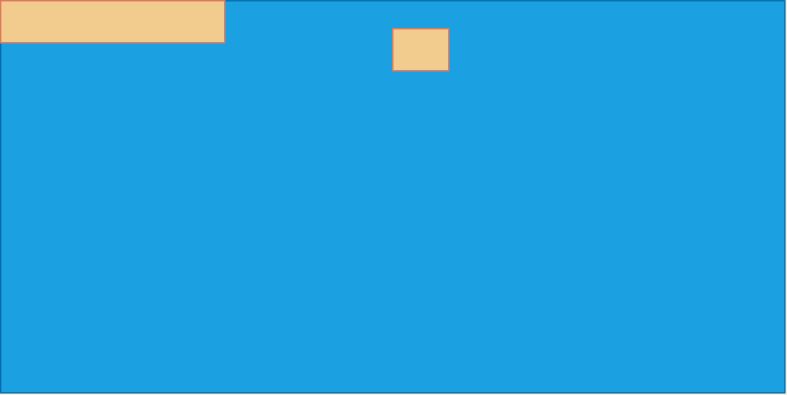
The draw.io diagram documentacion/fsm.svg in Harry29-exe/HomegrownDB, before a commit. Source tidied: cells renumbered, new cells last; positions are measured from the earlier drawing's top-left corner, leaving out a move shared by most shapes.
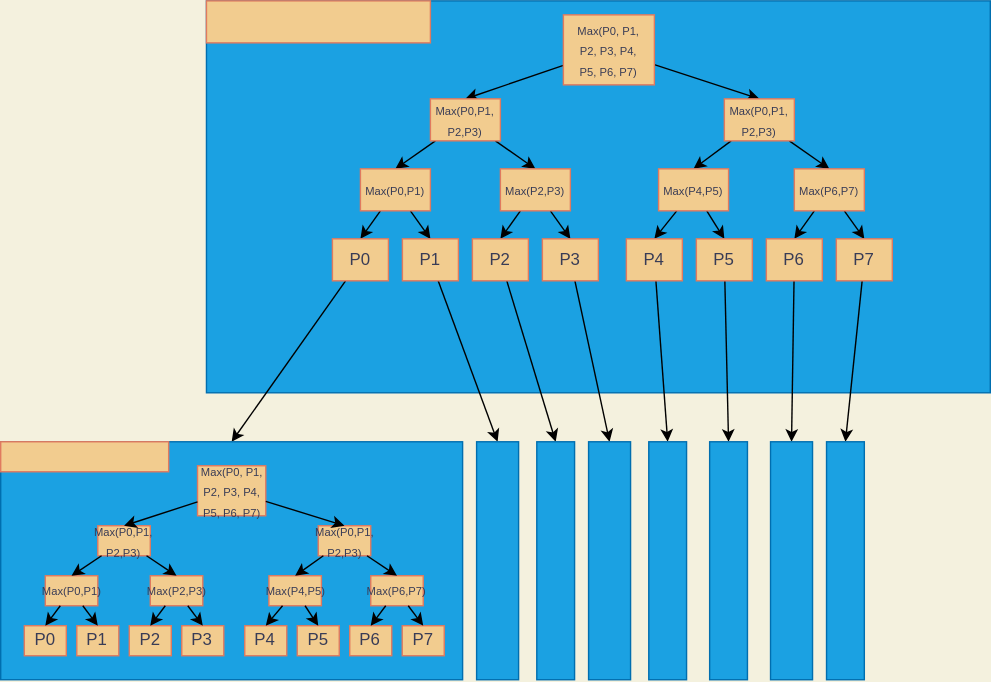
After the change.

Change to the diagram source:
```diff
@@ -5,11 +5,236 @@
     <mxCell id="2" style="rounded=0;whiteSpace=wrap;html=1;sketch=0;fontColor=#ffffff;strokeColor=#006EAF;fillColor=#1ba1e2;" parent="1" vertex="1">
       <mxGeometry width="560" height="280" as="geometry" />
     </mxCell>
+    <mxCell id="5" style="rounded=0;jettySize=auto;html=1;entryX=0.5;entryY=0;entryDx=0;entryDy=0;strokeColor=#000000;" parent="1" edge="1" source="3" target="9">
+      <mxGeometry relative="1" as="geometry" />
+    </mxCell>
+    <mxCell id="6" style="edgeStyle=none;rounded=0;jettySize=auto;html=1;entryX=0.5;entryY=0;entryDx=0;entryDy=0;strokeColor=#000000;" parent="1" edge="1" source="3" target="40">
+      <mxGeometry relative="1" as="geometry" />
+    </mxCell>
-    <mxCell id="3" style="rounded=0;whiteSpace=wrap;html=1;sketch=0;fontColor=#393C56;strokeColor=#E07A5F;fillColor=#F2CC8F;" parent="1" vertex="1">
-      <mxGeometry x="280" y="20" width="40" height="30" as="geometry" />
+    <mxCell id="3" value="&lt;font style=&quot;font-size: 8px&quot;&gt;Max(P0, P1,&lt;br&gt;P2, P3, P4,&lt;br&gt;P5, P6, P7)&lt;br&gt;&lt;/font&gt;" style="rounded=0;whiteSpace=wrap;html=1;sketch=0;fontColor=#393C56;strokeColor=#E07A5F;fillColor=#F2CC8F;" parent="1" vertex="1">
+      <mxGeometry x="255" y="10" width="65" height="50" as="geometry" />
     </mxCell>
     <mxCell id="4" style="rounded=0;whiteSpace=wrap;html=1;sketch=0;fontColor=#393C56;strokeColor=#E07A5F;fillColor=#F2CC8F;" parent="1" vertex="1">
       <mxGeometry width="160" height="30" as="geometry" />
     </mxCell>
+    <mxCell id="7" style="edgeStyle=none;rounded=0;jettySize=auto;html=1;entryX=0.5;entryY=0;entryDx=0;entryDy=0;strokeColor=#000000;" parent="1" edge="1" source="9" target="14">
+      <mxGeometry relative="1" as="geometry" />
+    </mxCell>
+    <mxCell id="8" style="edgeStyle=none;rounded=0;jettySize=auto;html=1;entryX=0.5;entryY=0;entryDx=0;entryDy=0;strokeColor=#000000;" parent="1" edge="1" source="9" target="17">
+      <mxGeometry relative="1" as="geometry" />
+    </mxCell>
+    <mxCell id="9" value="&lt;font style=&quot;font-size: 8px&quot;&gt;Max(&lt;/font&gt;&lt;span style=&quot;font-size: 8px&quot;&gt;P0,P1,&lt;br&gt;&lt;/span&gt;&lt;span style=&quot;font-size: 8px&quot;&gt;P2,P3&lt;/span&gt;&lt;span style=&quot;font-size: 8px&quot;&gt;)&lt;br&gt;&lt;/span&gt;" style="rounded=0;whiteSpace=wrap;html=1;sketch=0;fontColor=#393C56;strokeColor=#E07A5F;fillColor=#F2CC8F;" parent="1" vertex="1">
+      <mxGeometry x="160" y="70" width="50" height="30" as="geometry" />
+    </mxCell>
+    <mxCell id="10" style="edgeStyle=none;rounded=0;jettySize=auto;html=1;entryX=0.5;entryY=0;entryDx=0;entryDy=0;strokeColor=#000000;" parent="1" edge="1" source="40" target="23">
+      <mxGeometry relative="1" as="geometry" />
+    </mxCell>
+    <mxCell id="11" style="edgeStyle=none;rounded=0;jettySize=auto;html=1;entryX=0.5;entryY=0;entryDx=0;entryDy=0;strokeColor=#000000;" parent="1" edge="1" source="40" target="20">
+      <mxGeometry relative="1" as="geometry" />
+    </mxCell>
+    <mxCell id="12" style="edgeStyle=none;rounded=0;jettySize=auto;html=1;entryX=0.5;entryY=0;entryDx=0;entryDy=0;strokeColor=#000000;" parent="1" edge="1" source="14" target="29">
+      <mxGeometry relative="1" as="geometry" />
+    </mxCell>
+    <mxCell id="13" style="edgeStyle=none;rounded=0;jettySize=auto;html=1;entryX=0.5;entryY=0;entryDx=0;entryDy=0;strokeColor=#000000;" parent="1" edge="1" source="14" target="31">
+      <mxGeometry relative="1" as="geometry" />
+    </mxCell>
+    <mxCell id="14" value="&lt;font style=&quot;font-size: 8px&quot;&gt;Max(P0,P1)&lt;/font&gt;" style="rounded=0;whiteSpace=wrap;html=1;sketch=0;fontColor=#393C56;strokeColor=#E07A5F;fillColor=#F2CC8F;align=center;" parent="1" vertex="1">
+      <mxGeometry x="110" y="120" width="50" height="30" as="geometry" />
+    </mxCell>
+    <mxCell id="15" style="edgeStyle=none;rounded=0;jettySize=auto;html=1;entryX=0.5;entryY=0;entryDx=0;entryDy=0;strokeColor=#000000;" parent="1" edge="1" source="17" target="27">
+      <mxGeometry relative="1" as="geometry" />
+    </mxCell>
+    <mxCell id="16" style="edgeStyle=none;rounded=0;jettySize=auto;html=1;entryX=0.5;entryY=0;entryDx=0;entryDy=0;strokeColor=#000000;" parent="1" edge="1" source="17" target="25">
+      <mxGeometry relative="1" as="geometry" />
+    </mxCell>
+    <mxCell id="17" value="&lt;span style=&quot;font-size: 8px&quot;&gt;Max(P2,P3)&lt;/span&gt;" style="rounded=0;whiteSpace=wrap;html=1;sketch=0;fontColor=#393C56;strokeColor=#E07A5F;fillColor=#F2CC8F;" parent="1" vertex="1">
+      <mxGeometry x="210" y="120" width="50" height="30" as="geometry" />
+    </mxCell>
+    <mxCell id="18" style="edgeStyle=none;rounded=0;jettySize=auto;html=1;entryX=0.5;entryY=0;entryDx=0;entryDy=0;strokeColor=#000000;" parent="1" edge="1" source="20" target="35">
+      <mxGeometry relative="1" as="geometry" />
+    </mxCell>
+    <mxCell id="19" style="edgeStyle=none;rounded=0;jettySize=auto;html=1;entryX=0.5;entryY=0;entryDx=0;entryDy=0;strokeColor=#000000;" parent="1" edge="1" source="20" target="33">
+      <mxGeometry relative="1" as="geometry" />
+    </mxCell>
+    <mxCell id="20" value="&lt;span style=&quot;font-size: 8px&quot;&gt;Max(P6,P7)&lt;/span&gt;" style="rounded=0;whiteSpace=wrap;html=1;sketch=0;fontColor=#393C56;strokeColor=#E07A5F;fillColor=#F2CC8F;" parent="1" vertex="1">
+      <mxGeometry x="420" y="120" width="50" height="30" as="geometry" />
+    </mxCell>
+    <mxCell id="21" style="edgeStyle=none;rounded=0;jettySize=auto;html=1;entryX=0.5;entryY=0;entryDx=0;entryDy=0;strokeColor=#000000;" parent="1" edge="1" source="23" target="39">
+      <mxGeometry relative="1" as="geometry" />
+    </mxCell>
+    <mxCell id="22" style="edgeStyle=none;rounded=0;jettySize=auto;html=1;entryX=0.5;entryY=0;entryDx=0;entryDy=0;strokeColor=#000000;" parent="1" edge="1" source="23" target="37">
+      <mxGeometry relative="1" as="geometry" />
+    </mxCell>
+    <mxCell id="23" value="&lt;span style=&quot;font-size: 8px&quot;&gt;Max(P4,P5)&lt;/span&gt;" style="rounded=0;whiteSpace=wrap;html=1;sketch=0;fontColor=#393C56;strokeColor=#E07A5F;fillColor=#F2CC8F;" parent="1" vertex="1">
+      <mxGeometry x="323" y="120" width="50" height="30" as="geometry" />
+    </mxCell>
+    <mxCell id="24" style="edgeStyle=none;rounded=0;jettySize=auto;html=1;entryX=0.5;entryY=0;entryDx=0;entryDy=0;fontSize=8;strokeColor=#000000;" parent="1" edge="1" source="25" target="75">
+      <mxGeometry relative="1" as="geometry" />
+    </mxCell>
+    <mxCell id="25" value="P3" style="rounded=0;whiteSpace=wrap;html=1;sketch=0;fontColor=#393C56;strokeColor=#E07A5F;fillColor=#F2CC8F;" parent="1" vertex="1">
+      <mxGeometry x="240" y="170" width="40" height="30" as="geometry" />
+    </mxCell>
+    <mxCell id="26" style="edgeStyle=none;rounded=0;jettySize=auto;html=1;entryX=0.5;entryY=0;entryDx=0;entryDy=0;fontSize=8;strokeColor=#000000;" parent="1" edge="1" source="27" target="74">
+      <mxGeometry relative="1" as="geometry" />
+    </mxCell>
+    <mxCell id="27" value="P2" style="rounded=0;whiteSpace=wrap;html=1;sketch=0;fontColor=#393C56;strokeColor=#E07A5F;fillColor=#F2CC8F;" parent="1" vertex="1">
+      <mxGeometry x="190" y="170" width="40" height="30" as="geometry" />
+    </mxCell>
+    <mxCell id="28" style="edgeStyle=none;rounded=0;jettySize=auto;html=1;entryX=0.5;entryY=0;entryDx=0;entryDy=0;fontSize=8;strokeColor=#000000;" parent="1" edge="1" source="29" target="42">
+      <mxGeometry relative="1" as="geometry" />
+    </mxCell>
+    <mxCell id="29" value="P0" style="rounded=0;whiteSpace=wrap;html=1;sketch=0;fontColor=#393C56;strokeColor=#E07A5F;fillColor=#F2CC8F;" parent="1" vertex="1">
+      <mxGeometry x="90" y="170" width="40" height="30" as="geometry" />
+    </mxCell>
+    <mxCell id="30" style="edgeStyle=none;rounded=0;jettySize=auto;html=1;entryX=0.5;entryY=0;entryDx=0;entryDy=0;fontSize=8;strokeColor=#000000;" parent="1" edge="1" source="31" target="73">
+      <mxGeometry relative="1" as="geometry" />
+    </mxCell>
+    <mxCell id="31" value="P1" style="rounded=0;whiteSpace=wrap;html=1;sketch=0;fontColor=#393C56;strokeColor=#E07A5F;fillColor=#F2CC8F;" parent="1" vertex="1">
+      <mxGeometry x="140" y="170" width="40" height="30" as="geometry" />
+    </mxCell>
+    <mxCell id="32" style="edgeStyle=none;rounded=0;jettySize=auto;html=1;entryX=0.5;entryY=0;entryDx=0;entryDy=0;fontSize=8;strokeColor=#000000;" parent="1" edge="1" source="33" target="77">
+      <mxGeometry relative="1" as="geometry" />
+    </mxCell>
+    <mxCell id="33" value="P7" style="rounded=0;whiteSpace=wrap;html=1;sketch=0;fontColor=#393C56;strokeColor=#E07A5F;fillColor=#F2CC8F;" parent="1" vertex="1">
+      <mxGeometry x="450" y="170" width="40" height="30" as="geometry" />
+    </mxCell>
+    <mxCell id="34" style="edgeStyle=none;rounded=0;jettySize=auto;html=1;entryX=0.5;entryY=0;entryDx=0;entryDy=0;fontSize=8;strokeColor=#000000;" parent="1" edge="1" source="35" target="79">
+      <mxGeometry relative="1" as="geometry" />
+    </mxCell>
+    <mxCell id="35" value="P6" style="rounded=0;whiteSpace=wrap;html=1;sketch=0;fontColor=#393C56;strokeColor=#E07A5F;fillColor=#F2CC8F;" parent="1" vertex="1">
+      <mxGeometry x="400" y="170" width="40" height="30" as="geometry" />
+    </mxCell>
+    <mxCell id="36" style="edgeStyle=none;rounded=0;jettySize=auto;html=1;entryX=0.5;entryY=0;entryDx=0;entryDy=0;fontSize=8;strokeColor=#000000;" parent="1" edge="1" source="37" target="78">
+      <mxGeometry relative="1" as="geometry" />
+    </mxCell>
+    <mxCell id="37" value="P5" style="rounded=0;whiteSpace=wrap;html=1;sketch=0;fontColor=#393C56;strokeColor=#E07A5F;fillColor=#F2CC8F;" parent="1" vertex="1">
+      <mxGeometry x="350" y="170" width="40" height="30" as="geometry" />
+    </mxCell>
+    <mxCell id="38" style="edgeStyle=none;rounded=0;jettySize=auto;html=1;entryX=0.5;entryY=0;entryDx=0;entryDy=0;fontSize=8;strokeColor=#000000;" parent="1" edge="1" source="39" target="76">
+      <mxGeometry relative="1" as="geometry" />
+    </mxCell>
+    <mxCell id="39" value="P4" style="rounded=0;whiteSpace=wrap;html=1;sketch=0;fontColor=#393C56;strokeColor=#E07A5F;fillColor=#F2CC8F;" parent="1" vertex="1">
+      <mxGeometry x="300" y="170" width="40" height="30" as="geometry" />
+    </mxCell>
+    <mxCell id="40" value="&lt;font style=&quot;font-size: 8px&quot;&gt;Max(&lt;/font&gt;&lt;span style=&quot;font-size: 8px&quot;&gt;P0,P1,&lt;br&gt;&lt;/span&gt;&lt;span style=&quot;font-size: 8px&quot;&gt;P2,P3&lt;/span&gt;&lt;span style=&quot;font-size: 8px&quot;&gt;)&lt;br&gt;&lt;/span&gt;" style="rounded=0;whiteSpace=wrap;html=1;sketch=0;fontColor=#393C56;strokeColor=#E07A5F;fillColor=#F2CC8F;" parent="1" vertex="1">
+      <mxGeometry x="370" y="70" width="50" height="30" as="geometry" />
+    </mxCell>
+    <mxCell id="41" style="group;" parent="1" vertex="1">
+      <mxGeometry x="-147" y="315" width="330" height="170" as="geometry" />
+    </mxCell>
+    <mxCell id="42" style="rounded=0;whiteSpace=wrap;html=1;sketch=0;fontColor=#ffffff;strokeColor=#006EAF;fillColor=#1ba1e2;" parent="41" vertex="1">
+      <mxGeometry width="330" height="170" as="geometry" />
+    </mxCell>
+    <mxCell id="43" value="&lt;font style=&quot;font-size: 8px&quot;&gt;Max(P0, P1,&lt;br&gt;P2, P3, P4,&lt;br&gt;P5, P6, P7)&lt;br&gt;&lt;/font&gt;" style="rounded=0;whiteSpace=wrap;html=1;sketch=0;fontColor=#393C56;strokeColor=#E07A5F;fillColor=#F2CC8F;" parent="41" vertex="1">
+      <mxGeometry x="140.6" y="17.1" width="48.8" height="35.7" as="geometry" />
+    </mxCell>
+    <mxCell id="44" style="rounded=0;whiteSpace=wrap;html=1;sketch=0;fontColor=#393C56;strokeColor=#E07A5F;fillColor=#F2CC8F;" parent="41" vertex="1">
+      <mxGeometry width="120" height="21.4" as="geometry" />
+    </mxCell>
+    <mxCell id="45" value="&lt;font style=&quot;font-size: 8px&quot;&gt;Max(&lt;/font&gt;&lt;span style=&quot;font-size: 8px&quot;&gt;P0,P1,&lt;br&gt;&lt;/span&gt;&lt;span style=&quot;font-size: 8px&quot;&gt;P2,P3&lt;/span&gt;&lt;span style=&quot;font-size: 8px&quot;&gt;)&lt;br&gt;&lt;/span&gt;" style="rounded=0;whiteSpace=wrap;html=1;sketch=0;fontColor=#393C56;strokeColor=#E07A5F;fillColor=#F2CC8F;" parent="41" vertex="1">
+      <mxGeometry x="69.4" y="60" width="37.5" height="21.4" as="geometry" />
+    </mxCell>
+    <mxCell id="46" style="rounded=0;jettySize=auto;html=1;entryX=0.5;entryY=0;entryDx=0;entryDy=0;strokeColor=#000000;" parent="41" edge="1" source="43" target="45">
+      <mxGeometry x="-50.6" y="10" as="geometry" />
+    </mxCell>
+    <mxCell id="47" value="&lt;font style=&quot;font-size: 8px&quot;&gt;Max(P0,P1)&lt;/font&gt;" style="rounded=0;whiteSpace=wrap;html=1;sketch=0;fontColor=#393C56;strokeColor=#E07A5F;fillColor=#F2CC8F;align=center;" parent="41" vertex="1">
+      <mxGeometry x="31.9" y="95.7" width="37.5" height="21.4" as="geometry" />
+    </mxCell>
+    <mxCell id="48" style="edgeStyle=none;rounded=0;jettySize=auto;html=1;entryX=0.5;entryY=0;entryDx=0;entryDy=0;strokeColor=#000000;" parent="41" edge="1" source="45" target="47">
+      <mxGeometry x="-50.6" y="10" as="geometry" />
+    </mxCell>
+    <mxCell id="49" value="&lt;span style=&quot;font-size: 8px&quot;&gt;Max(P2,P3)&lt;/span&gt;" style="rounded=0;whiteSpace=wrap;html=1;sketch=0;fontColor=#393C56;strokeColor=#E07A5F;fillColor=#F2CC8F;" parent="41" vertex="1">
+      <mxGeometry x="106.9" y="95.7" width="37.5" height="21.4" as="geometry" />
+    </mxCell>
+    <mxCell id="50" style="edgeStyle=none;rounded=0;jettySize=auto;html=1;entryX=0.5;entryY=0;entryDx=0;entryDy=0;strokeColor=#000000;" parent="41" edge="1" source="45" target="49">
+      <mxGeometry x="-50.6" y="10" as="geometry" />
+    </mxCell>
+    <mxCell id="51" value="&lt;span style=&quot;font-size: 8px&quot;&gt;Max(P6,P7)&lt;/span&gt;" style="rounded=0;whiteSpace=wrap;html=1;sketch=0;fontColor=#393C56;strokeColor=#E07A5F;fillColor=#F2CC8F;" parent="41" vertex="1">
+      <mxGeometry x="264.4" y="95.7" width="37.5" height="21.4" as="geometry" />
+    </mxCell>
+    <mxCell id="52" value="&lt;span style=&quot;font-size: 8px&quot;&gt;Max(P4,P5)&lt;/span&gt;" style="rounded=0;whiteSpace=wrap;html=1;sketch=0;fontColor=#393C56;strokeColor=#E07A5F;fillColor=#F2CC8F;" parent="41" vertex="1">
+      <mxGeometry x="191.6" y="95.7" width="37.5" height="21.4" as="geometry" />
+    </mxCell>
+    <mxCell id="53" value="P3" style="rounded=0;whiteSpace=wrap;html=1;sketch=0;fontColor=#393C56;strokeColor=#E07A5F;fillColor=#F2CC8F;" parent="41" vertex="1">
+      <mxGeometry x="129.4" y="131.4" width="30" height="21.4" as="geometry" />
+    </mxCell>
+    <mxCell id="54" style="edgeStyle=none;rounded=0;jettySize=auto;html=1;entryX=0.5;entryY=0;entryDx=0;entryDy=0;strokeColor=#000000;" parent="41" edge="1" source="49" target="53">
+      <mxGeometry x="-50.6" y="10" as="geometry" />
+    </mxCell>
+    <mxCell id="55" value="P2" style="rounded=0;whiteSpace=wrap;html=1;sketch=0;fontColor=#393C56;strokeColor=#E07A5F;fillColor=#F2CC8F;" parent="41" vertex="1">
+      <mxGeometry x="91.9" y="131.4" width="30" height="21.4" as="geometry" />
+    </mxCell>
+    <mxCell id="56" style="edgeStyle=none;rounded=0;jettySize=auto;html=1;entryX=0.5;entryY=0;entryDx=0;entryDy=0;strokeColor=#000000;" parent="41" edge="1" source="49" target="55">
+      <mxGeometry x="-50.6" y="10" as="geometry" />
+    </mxCell>
+    <mxCell id="57" value="P0" style="rounded=0;whiteSpace=wrap;html=1;sketch=0;fontColor=#393C56;strokeColor=#E07A5F;fillColor=#F2CC8F;" parent="41" vertex="1">
+      <mxGeometry x="16.9" y="131.4" width="30" height="21.4" as="geometry" />
+    </mxCell>
+    <mxCell id="58" style="edgeStyle=none;rounded=0;jettySize=auto;html=1;entryX=0.5;entryY=0;entryDx=0;entryDy=0;strokeColor=#000000;" parent="41" edge="1" source="47" target="57">
+      <mxGeometry x="-50.6" y="10" as="geometry" />
+    </mxCell>
+    <mxCell id="59" value="P1" style="rounded=0;whiteSpace=wrap;html=1;sketch=0;fontColor=#393C56;strokeColor=#E07A5F;fillColor=#F2CC8F;" parent="41" vertex="1">
+      <mxGeometry x="54.4" y="131.4" width="30" height="21.4" as="geometry" />
+    </mxCell>
+    <mxCell id="60" style="edgeStyle=none;rounded=0;jettySize=auto;html=1;entryX=0.5;entryY=0;entryDx=0;entryDy=0;strokeColor=#000000;" parent="41" edge="1" source="47" target="59">
+      <mxGeometry x="-50.6" y="10" as="geometry" />
+    </mxCell>
+    <mxCell id="61" value="P7" style="rounded=0;whiteSpace=wrap;html=1;sketch=0;fontColor=#393C56;strokeColor=#E07A5F;fillColor=#F2CC8F;" parent="41" vertex="1">
+      <mxGeometry x="286.9" y="131.4" width="30" height="21.4" as="geometry" />
+    </mxCell>
+    <mxCell id="62" style="edgeStyle=none;rounded=0;jettySize=auto;html=1;entryX=0.5;entryY=0;entryDx=0;entryDy=0;strokeColor=#000000;" parent="41" edge="1" source="51" target="61">
+      <mxGeometry x="-50.6" y="10" as="geometry" />
+    </mxCell>
+    <mxCell id="63" value="P6" style="rounded=0;whiteSpace=wrap;html=1;sketch=0;fontColor=#393C56;strokeColor=#E07A5F;fillColor=#F2CC8F;" parent="41" vertex="1">
+      <mxGeometry x="249.4" y="131.4" width="30" height="21.4" as="geometry" />
+    </mxCell>
+    <mxCell id="64" style="edgeStyle=none;rounded=0;jettySize=auto;html=1;entryX=0.5;entryY=0;entryDx=0;entryDy=0;strokeColor=#000000;" parent="41" edge="1" source="51" target="63">
+      <mxGeometry x="-50.6" y="10" as="geometry" />
+    </mxCell>
+    <mxCell id="65" value="P5" style="rounded=0;whiteSpace=wrap;html=1;sketch=0;fontColor=#393C56;strokeColor=#E07A5F;fillColor=#F2CC8F;" parent="41" vertex="1">
+      <mxGeometry x="211.9" y="131.4" width="30" height="21.4" as="geometry" />
+    </mxCell>
+    <mxCell id="66" style="edgeStyle=none;rounded=0;jettySize=auto;html=1;entryX=0.5;entryY=0;entryDx=0;entryDy=0;strokeColor=#000000;" parent="41" edge="1" source="52" target="65">
+      <mxGeometry x="-50.6" y="10" as="geometry" />
+    </mxCell>
+    <mxCell id="67" value="P4" style="rounded=0;whiteSpace=wrap;html=1;sketch=0;fontColor=#393C56;strokeColor=#E07A5F;fillColor=#F2CC8F;" parent="41" vertex="1">
+      <mxGeometry x="174.4" y="131.4" width="30" height="21.4" as="geometry" />
+    </mxCell>
+    <mxCell id="68" style="edgeStyle=none;rounded=0;jettySize=auto;html=1;entryX=0.5;entryY=0;entryDx=0;entryDy=0;strokeColor=#000000;" parent="41" edge="1" source="52" target="67">
+      <mxGeometry x="-50.6" y="10" as="geometry" />
+    </mxCell>
+    <mxCell id="69" value="&lt;font style=&quot;font-size: 8px&quot;&gt;Max(&lt;/font&gt;&lt;span style=&quot;font-size: 8px&quot;&gt;P0,P1,&lt;br&gt;&lt;/span&gt;&lt;span style=&quot;font-size: 8px&quot;&gt;P2,P3&lt;/span&gt;&lt;span style=&quot;font-size: 8px&quot;&gt;)&lt;br&gt;&lt;/span&gt;" style="rounded=0;whiteSpace=wrap;html=1;sketch=0;fontColor=#393C56;strokeColor=#E07A5F;fillColor=#F2CC8F;" parent="41" vertex="1">
+      <mxGeometry x="226.9" y="60" width="37.5" height="21.4" as="geometry" />
+    </mxCell>
+    <mxCell id="70" style="edgeStyle=none;rounded=0;jettySize=auto;html=1;entryX=0.5;entryY=0;entryDx=0;entryDy=0;strokeColor=#000000;" parent="41" edge="1" source="43" target="69">
+      <mxGeometry x="-50.6" y="10" as="geometry" />
+    </mxCell>
+    <mxCell id="71" style="edgeStyle=none;rounded=0;jettySize=auto;html=1;entryX=0.5;entryY=0;entryDx=0;entryDy=0;strokeColor=#000000;" parent="41" edge="1" source="69" target="51">
+      <mxGeometry x="-50.6" y="10" as="geometry" />
+    </mxCell>
+    <mxCell id="72" style="edgeStyle=none;rounded=0;jettySize=auto;html=1;entryX=0.5;entryY=0;entryDx=0;entryDy=0;strokeColor=#000000;" parent="41" edge="1" source="69" target="52">
+      <mxGeometry x="-50.6" y="10" as="geometry" />
+    </mxCell>
+    <mxCell id="73" style="rounded=0;whiteSpace=wrap;html=1;sketch=0;fontColor=#ffffff;strokeColor=#006EAF;fillColor=#1ba1e2;" parent="1" vertex="1">
+      <mxGeometry x="193" y="315" width="30" height="170" as="geometry" />
+    </mxCell>
+    <mxCell id="74" style="rounded=0;whiteSpace=wrap;html=1;sketch=0;fontColor=#ffffff;strokeColor=#006EAF;fillColor=#1ba1e2;" parent="1" vertex="1">
+      <mxGeometry x="236" y="315" width="27" height="170" as="geometry" />
+    </mxCell>
+    <mxCell id="75" style="rounded=0;whiteSpace=wrap;html=1;sketch=0;fontColor=#ffffff;strokeColor=#006EAF;fillColor=#1ba1e2;" parent="1" vertex="1">
+      <mxGeometry x="273" y="315" width="30" height="170" as="geometry" />
+    </mxCell>
+    <mxCell id="76" style="rounded=0;whiteSpace=wrap;html=1;sketch=0;fontColor=#ffffff;strokeColor=#006EAF;fillColor=#1ba1e2;" parent="1" vertex="1">
+      <mxGeometry x="316" y="315" width="27" height="170" as="geometry" />
+    </mxCell>
+    <mxCell id="77" style="rounded=0;whiteSpace=wrap;html=1;sketch=0;fontColor=#ffffff;strokeColor=#006EAF;fillColor=#1ba1e2;" parent="1" vertex="1">
+      <mxGeometry x="443" y="315" width="27" height="170" as="geometry" />
+    </mxCell>
+    <mxCell id="78" style="rounded=0;whiteSpace=wrap;html=1;sketch=0;fontColor=#ffffff;strokeColor=#006EAF;fillColor=#1ba1e2;" parent="1" vertex="1">
+      <mxGeometry x="359.5" y="315" width="27" height="170" as="geometry" />
+    </mxCell>
+    <mxCell id="79" style="rounded=0;whiteSpace=wrap;html=1;sketch=0;fontColor=#ffffff;strokeColor=#006EAF;fillColor=#1ba1e2;" parent="1" vertex="1">
+      <mxGeometry x="403" y="315" width="30" height="170" as="geometry" />
+    </mxCell>
   </root>
 </mxGraphModel>
```
